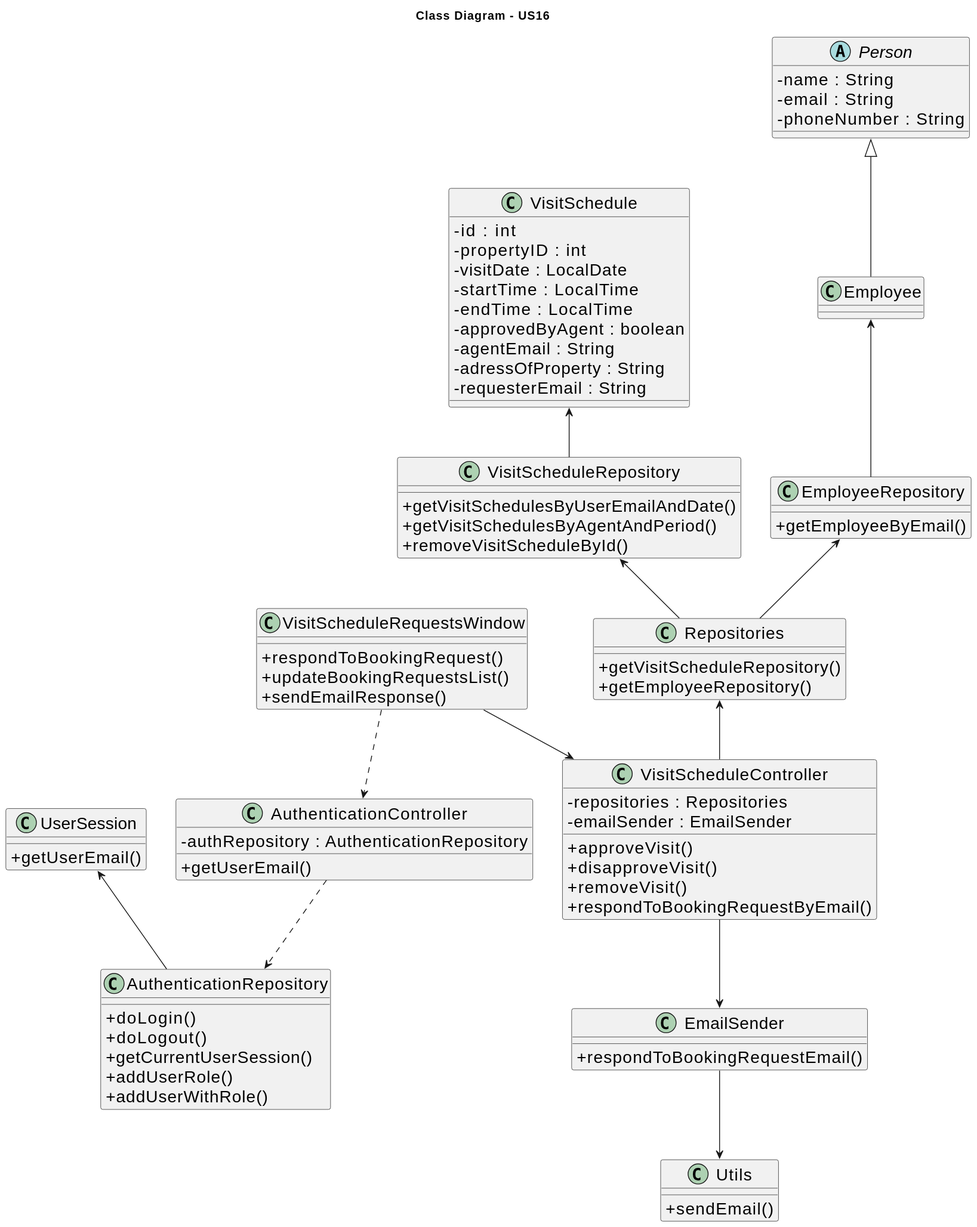
This is docs/sprintD/us016/03.design/svg/us016-class-diagram.svg from Goncalves2525/real-estate-management-system, a PlantUML export, as it was before one commit.
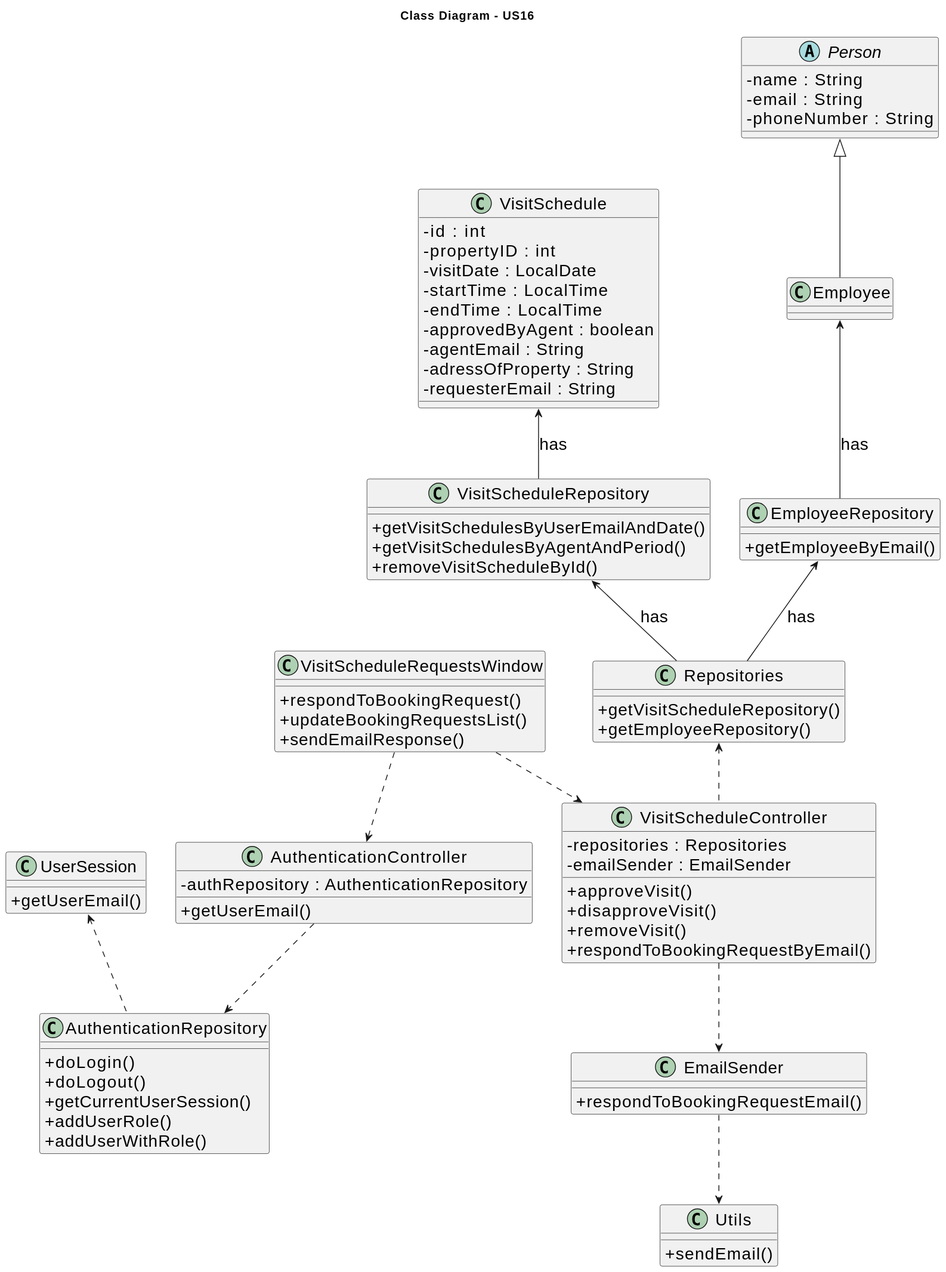
After the change.

Diff of the diagram source:
```diff
@@ -88,15 +88,15 @@
     +respondToBookingRequestEmail()
 }
 
-UserSession <-- AuthenticationRepository
+UserSession <.. AuthenticationRepository
 AuthenticationController ..> AuthenticationRepository
 VisitScheduleRequestsWindow ..> AuthenticationController
-VisitScheduleRequestsWindow --> VisitScheduleController
-Repositories <-- VisitScheduleController
-VisitScheduleRepository <-- Repositories
-EmployeeRepository <-- Repositories
-VisitSchedule <-- VisitScheduleRepository
-Employee <-- EmployeeRepository
-VisitScheduleController --> EmailSender
-EmailSender --> Utils
+VisitScheduleRequestsWindow ..> VisitScheduleController
+Repositories <.. VisitScheduleController
+VisitScheduleRepository <-- Repositories : has
+EmployeeRepository <-- Repositories : has
+VisitSchedule <-- VisitScheduleRepository : has
+Employee <-- EmployeeRepository : has
+VisitScheduleController ..> EmailSender
+EmailSender ..> Utils
 @enduml
```
